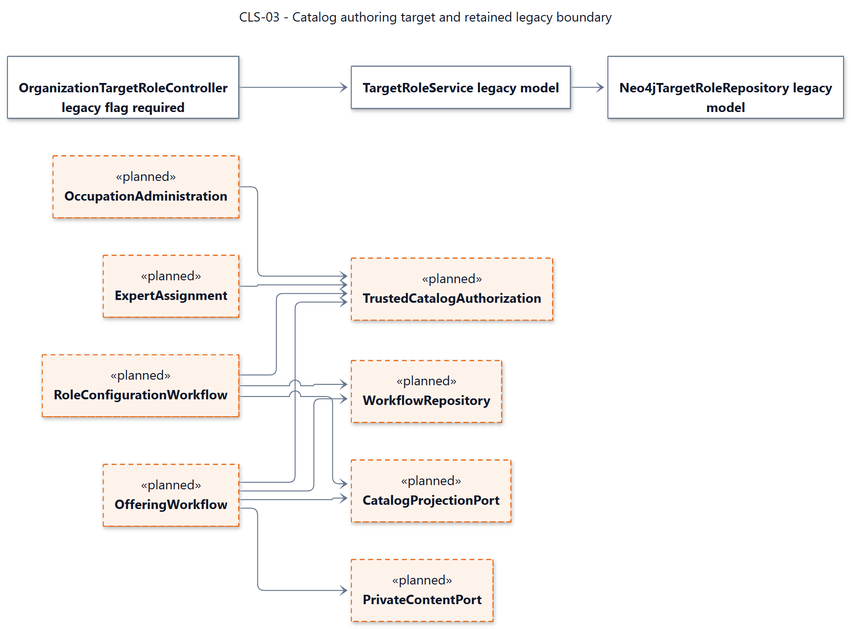
SEP490-Fall-2026-GFA26SE64/SEP490 keeps this Mermaid diagram as documents/diagrams/mermaid/cls-03.png. Above is the earlier version. Its source is kept beside it as documents/diagrams/mermaid/cls-03.mmd.
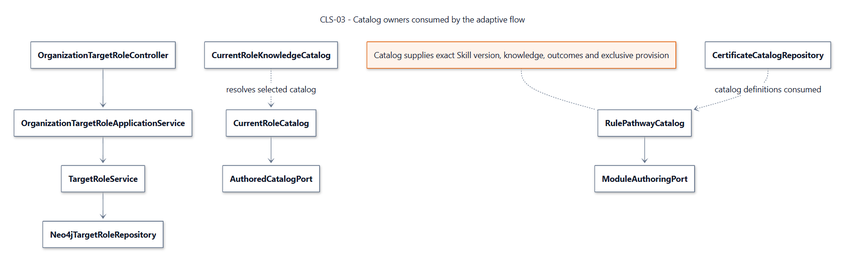
After the change.

What changed in the source:
```diff
@@ -1,45 +1,25 @@
 ---
-title: "CLS-03 - Catalog authoring target and retained legacy boundary"
-config: {"theme":"base","fontFamily":"Segoe UI, Arial, sans-serif","themeVariables":{"fontFamily":"Segoe UI, Arial, sans-serif","fontSize":"14px","primaryColor":"#ffffff","primaryTextColor":"#0f1729","primaryBorderColor":"#64748b","secondaryColor":"#fef3eb","tertiaryColor":"#ffffff","lineColor":"#64748b","textColor":"#0f1729","mainBkg":"#ffffff","background":"#ffffff","clusterBkg":"#ffffff","clusterBorder":"#64748b","edgeLabelBackground":"#ffffff","titleColor":"#0f1729","noteBkgColor":"#fef3eb","noteTextColor":"#0f1729","noteBorderColor":"#e6650f","classText":"#0f1729","secondaryBorderColor":"#64748b","tertiaryBorderColor":"#64748b","secondaryTextColor":"#0f1729","tertiaryTextColor":"#0f1729"},"layout":"elk","class":{"hideEmptyMembersBox":true,"nodeSpacing":44,"rankSpacing":70,"padding":12,"diagramPadding":24}}
+title: "CLS-03 - Catalog owners consumed by the adaptive flow"
+config: {"theme":"base","fontFamily":"Segoe UI, Arial, sans-serif","themeVariables":{"fontFamily":"Segoe UI, Arial, sans-serif","fontSize":"14px","primaryColor":"#ffffff","primaryTextColor":"#0f1729","primaryBorderColor":"#64748b","secondaryColor":"#fef3eb","tertiaryColor":"#ffffff","lineColor":"#64748b","textColor":"#0f1729","mainBkg":"#ffffff","background":"#ffffff","clusterBkg":"#ffffff","clusterBorder":"#64748b","edgeLabelBackground":"#ffffff","titleColor":"#0f1729","noteBkgColor":"#fef3eb","noteTextColor":"#0f1729","noteBorderColor":"#e6650f","classText":"#0f1729","secondaryBorderColor":"#64748b","tertiaryBorderColor":"#64748b","secondaryTextColor":"#0f1729","tertiaryTextColor":"#0f1729"},"layout":"dagre","class":{"hideEmptyMembersBox":true,"nodeSpacing":44,"rankSpacing":70,"padding":12,"diagramPadding":24}}
 ---
+
 classDiagram
-  direction LR
-  class SDD_CLS_03_LegacyAPI["OrganizationTargetRoleController<br/>legacy flag required"]
-  class SDD_CLS_03_LegacyService["TargetRoleService legacy model"]
-  class SDD_CLS_03_LegacyRepo["Neo4jTargetRoleRepository legacy<br/>model"]
-  class SDD_CLS_03_Job Positions["Job PositionAdministration"]
-  <<planned>> SDD_CLS_03_Job Positions
-  class SDD_CLS_03_Assignment["ExpertAssignment"]
-  <<planned>> SDD_CLS_03_Assignment
-  class SDD_CLS_03_RoleWorkflow["RoleConfigurationWorkflow"]
-  <<planned>> SDD_CLS_03_RoleWorkflow
-  class SDD_CLS_03_Offering["OfferingWorkflow"]
-  <<planned>> SDD_CLS_03_Offering
-  class SDD_CLS_03_Authz["TrustedCatalogAuthorization"]
-  <<planned>> SDD_CLS_03_Authz
-  class SDD_CLS_03_Repo["WorkflowRepository"]
-  <<planned>> SDD_CLS_03_Repo
-  class SDD_CLS_03_Graph["CatalogProjectionPort"]
-  <<planned>> SDD_CLS_03_Graph
-  class SDD_CLS_03_Files["PrivateContentPort"]
-  <<planned>> SDD_CLS_03_Files
-  SDD_CLS_03_LegacyAPI --> SDD_CLS_03_LegacyService
-  SDD_CLS_03_LegacyService --> SDD_CLS_03_LegacyRepo
-  SDD_CLS_03_Job Positions --> SDD_CLS_03_Authz
-  SDD_CLS_03_Assignment --> SDD_CLS_03_Authz
-  SDD_CLS_03_RoleWorkflow --> SDD_CLS_03_Authz
-  SDD_CLS_03_Offering --> SDD_CLS_03_Authz
-  SDD_CLS_03_RoleWorkflow --> SDD_CLS_03_Repo
-  SDD_CLS_03_Offering --> SDD_CLS_03_Repo
-  SDD_CLS_03_RoleWorkflow --> SDD_CLS_03_Graph
-  SDD_CLS_03_Offering --> SDD_CLS_03_Graph
-  SDD_CLS_03_Offering --> SDD_CLS_03_Files
-
-  style SDD_CLS_03_Job Positions fill:#fef3eb,stroke:#e6650f,color:#0f1729,stroke-dasharray:5 4
-  style SDD_CLS_03_Assignment fill:#fef3eb,stroke:#e6650f,color:#0f1729,stroke-dasharray:5 4
-  style SDD_CLS_03_RoleWorkflow fill:#fef3eb,stroke:#e6650f,color:#0f1729,stroke-dasharray:5 4
-  style SDD_CLS_03_Offering fill:#fef3eb,stroke:#e6650f,color:#0f1729,stroke-dasharray:5 4
-  style SDD_CLS_03_Authz fill:#fef3eb,stroke:#e6650f,color:#0f1729,stroke-dasharray:5 4
-  style SDD_CLS_03_Repo fill:#fef3eb,stroke:#e6650f,color:#0f1729,stroke-dasharray:5 4
-  style SDD_CLS_03_Graph fill:#fef3eb,stroke:#e6650f,color:#0f1729,stroke-dasharray:5 4
-  style SDD_CLS_03_Files fill:#fef3eb,stroke:#e6650f,color:#0f1729,stroke-dasharray:5 4
+  direction TB
+  class OrganizationTargetRoleController
+  class OrganizationTargetRoleApplicationService
+  class TargetRoleService
+  class Neo4jTargetRoleRepository
+  class CurrentRoleCatalog
+  class AuthoredCatalogPort
+  class CurrentRoleKnowledgeCatalog
+  class RulePathwayCatalog
+  class ModuleAuthoringPort
+  class CertificateCatalogRepository
+  OrganizationTargetRoleController --> OrganizationTargetRoleApplicationService
+  OrganizationTargetRoleApplicationService --> TargetRoleService
+  TargetRoleService --> Neo4jTargetRoleRepository
+  CurrentRoleCatalog --> AuthoredCatalogPort
+  RulePathwayCatalog --> ModuleAuthoringPort
+  CurrentRoleKnowledgeCatalog ..> CurrentRoleCatalog : resolves selected catalog
+  CertificateCatalogRepository ..> RulePathwayCatalog : catalog definitions consumed
+  note for RulePathwayCatalog "Catalog supplies exact Skill version, knowledge, outcomes and exclusive provision"
```
